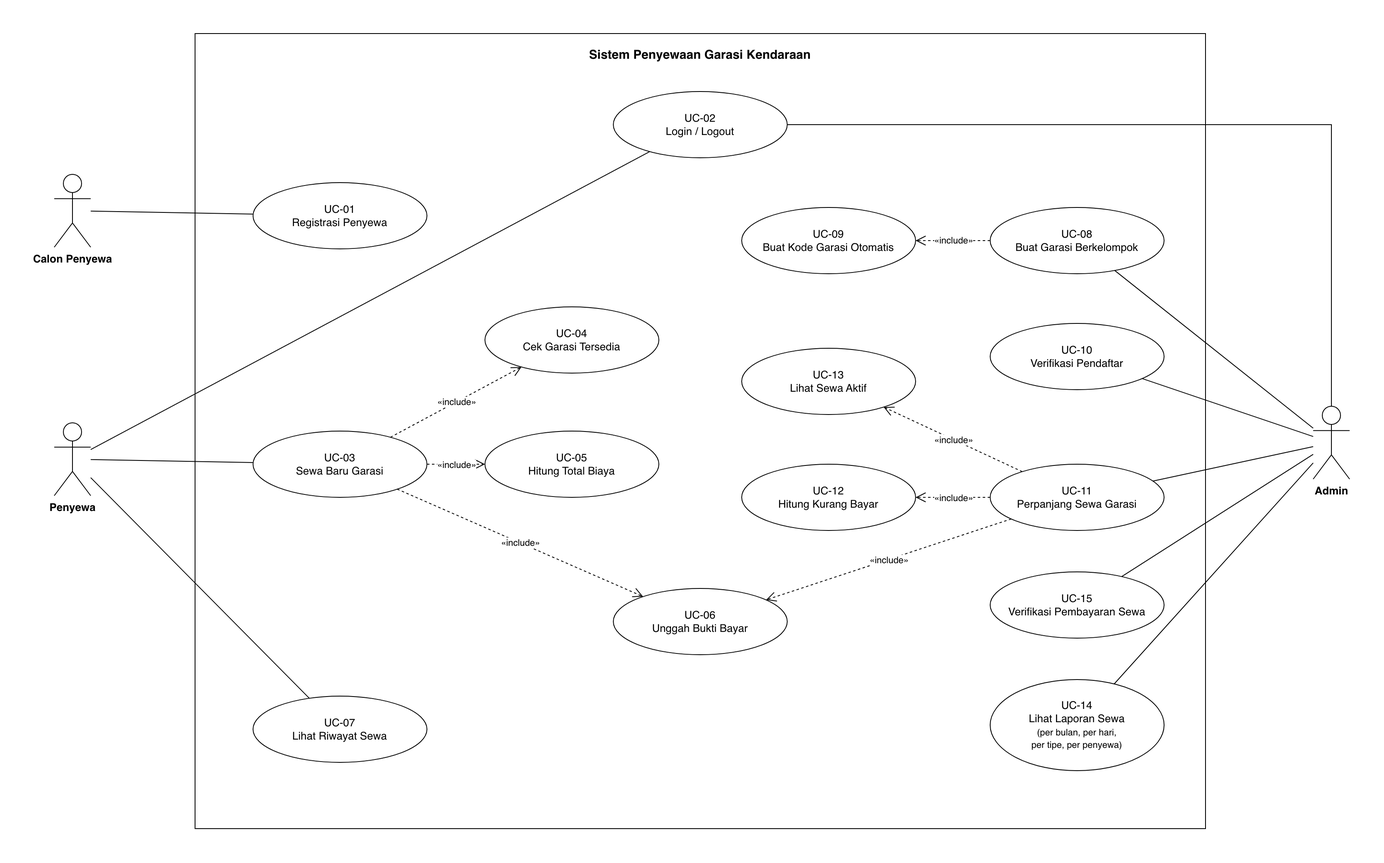
Earlier version of the draw.io export docs/uml/use-case-diagram.png (DerickNor/garasi-sewa). Source tidied: cells renumbered, new cells last; positions are measured from the earlier drawing's top-left corner, leaving out a move shared by most shapes.
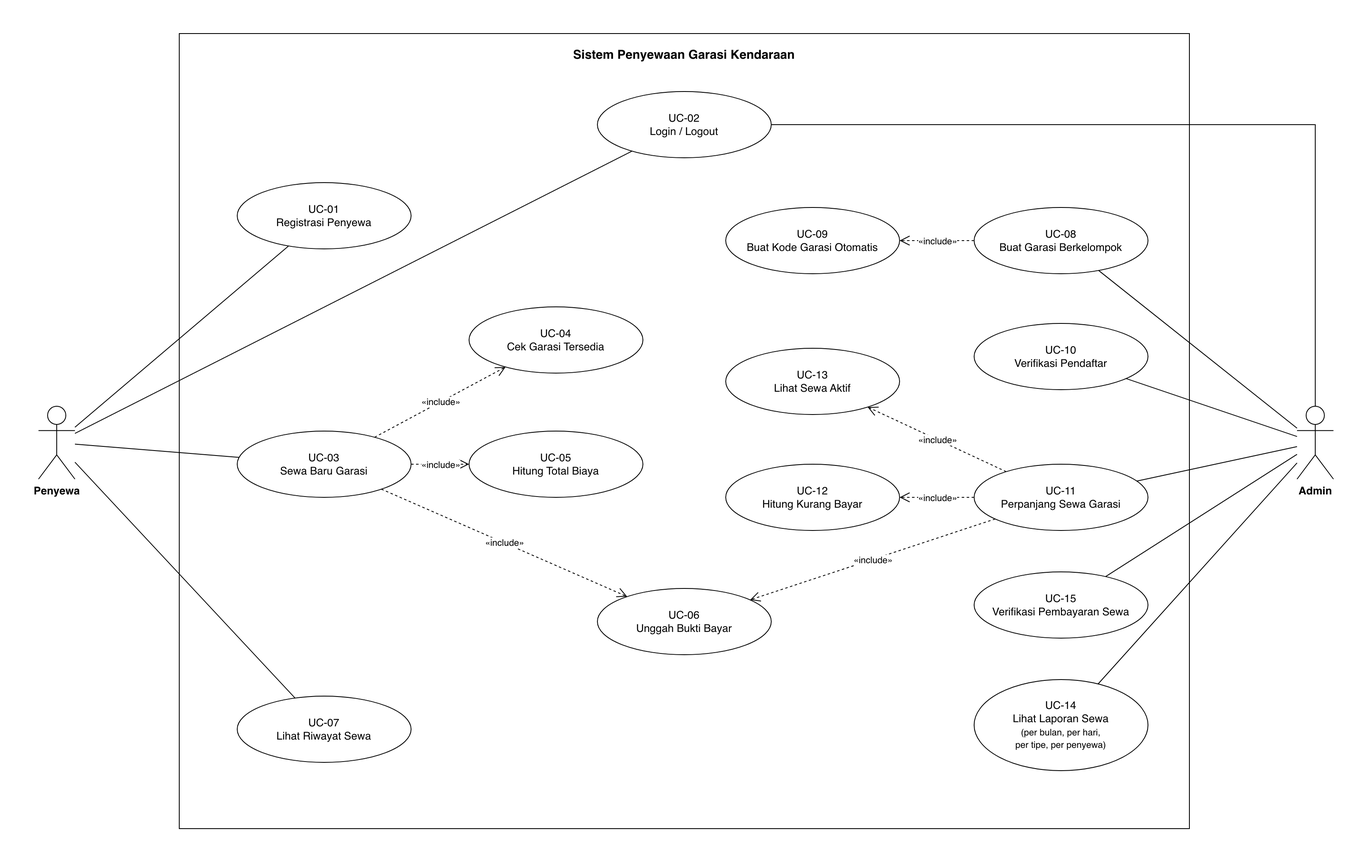
Later version of the same file.

Commit message:
Gabungkan aktor Calon Penyewa ke Penyewa pada use case diagram

Change to the diagram source:
```diff
@@ -5,11 +5,8 @@
     <mxCell id="2" value="Sistem Penyewaan Garasi Kendaraan" style="rounded=0;whiteSpace=wrap;html=1;verticalAlign=top;fontStyle=1;fontSize=15;fillColor=none;spacingTop=10;" parent="1" vertex="1">
       <mxGeometry x="170" width="1220" height="960" as="geometry" />
     </mxCell>
-    <mxCell id="3" value="Calon Penyewa" style="shape=umlActor;verticalLabelPosition=bottom;verticalAlign=top;html=1;outlineConnect=0;fontStyle=1;fontSize=13;" parent="1" vertex="1">
-      <mxGeometry y="170" width="44" height="88" as="geometry" />
-    </mxCell>
     <mxCell id="4" value="Penyewa" style="shape=umlActor;verticalLabelPosition=bottom;verticalAlign=top;html=1;outlineConnect=0;fontStyle=1;fontSize=13;" parent="1" vertex="1">
-      <mxGeometry y="470" width="44" height="88" as="geometry" />
+      <mxGeometry y="450" width="44" height="88" as="geometry" />
     </mxCell>
     <mxCell id="5" value="Admin" style="shape=umlActor;verticalLabelPosition=bottom;verticalAlign=top;html=1;outlineConnect=0;fontStyle=1;fontSize=13;" parent="1" vertex="1">
       <mxGeometry x="1520" y="450" width="44" height="88" as="geometry" />
@@ -59,7 +56,7 @@
     <mxCell id="20" value="UC-14&lt;br&gt;Lihat Laporan Sewa&lt;br&gt;&lt;font style=&quot;font-size:11px&quot;&gt;(per bulan, per hari,&lt;br&gt;per tipe, per penyewa)&lt;/font&gt;" style="ellipse;whiteSpace=wrap;html=1;fontSize=13;" parent="1" vertex="1">
       <mxGeometry x="1130" y="780" width="210" height="110" as="geometry" />
     </mxCell>
-    <mxCell id="21" style="endArrow=none;html=1;rounded=0;" parent="1" edge="1" source="3" target="7">
+    <mxCell id="21" style="endArrow=none;html=1;rounded=0;" parent="1" edge="1" source="4" target="7">
       <mxGeometry relative="1" as="geometry" />
     </mxCell>
     <mxCell id="22" style="endArrow=none;html=1;rounded=0;" parent="1" edge="1" source="4" target="6">
```
